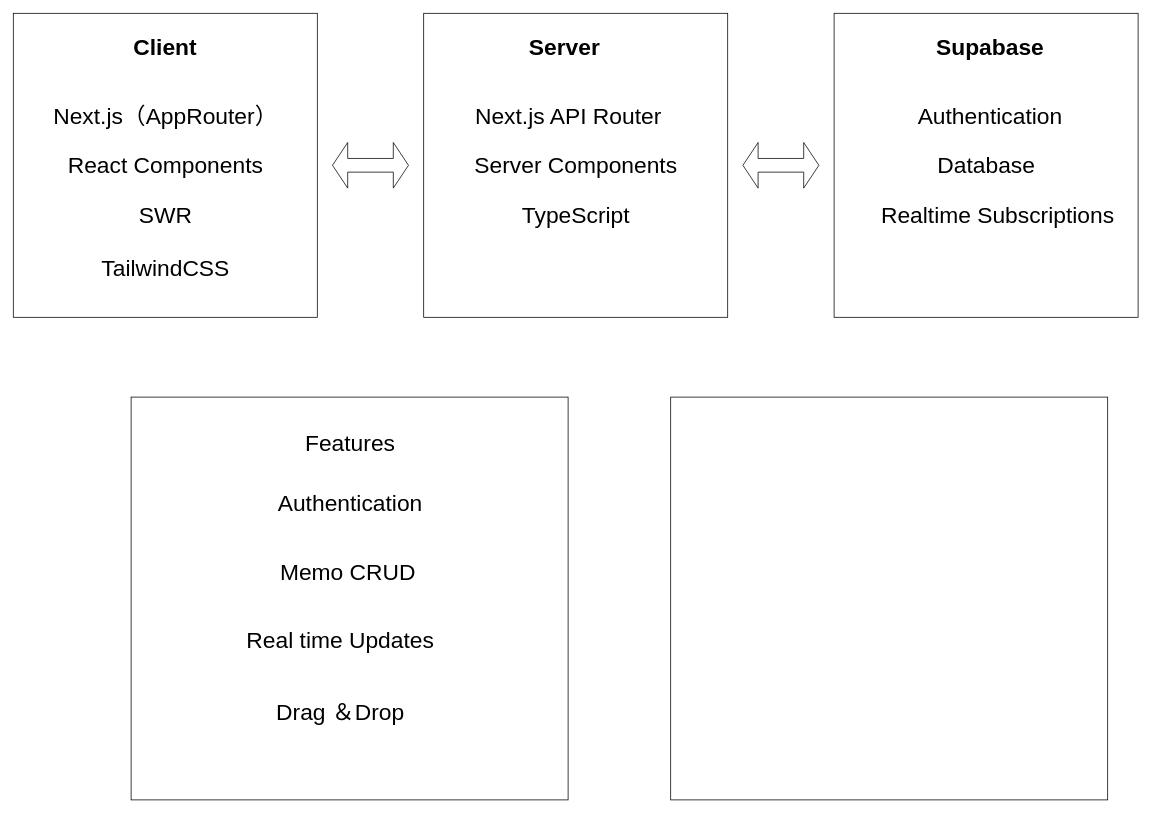
The draw.io diagram architecture.drawio in kei615ykhm/logic-loom-memo, before the edit. Source tidied: cells renumbered, new cells numbered last; positions are measured from the earlier drawing's top-left corner, leaving out a move shared by most shapes. Both pictures are drawn from the tidied source at 76%, with x=0, y=0 at pixel (13, 13).
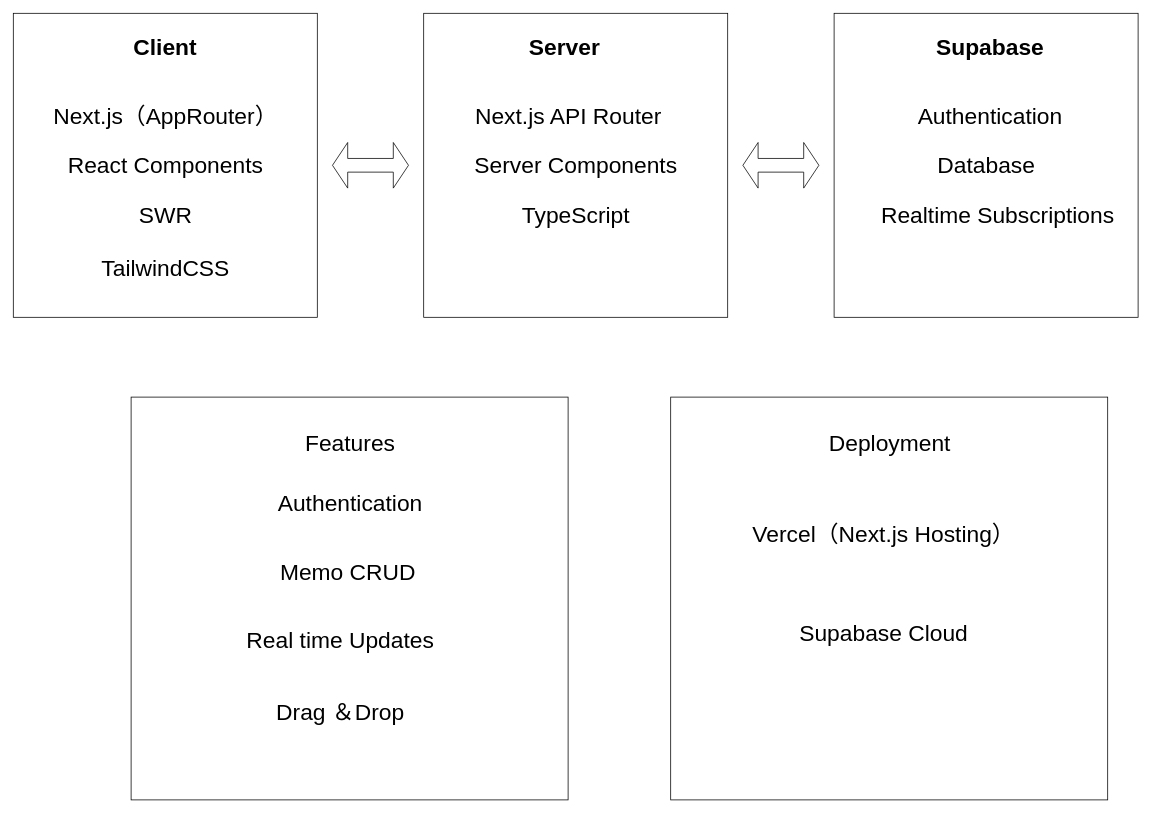
The same page after the edit.

Commit message:
add: Deploymentのアーキテクチャを作成

What changed in the source:
```diff
@@
+    <mxCell id="27" value="Deployment" style="text;html=1;align=center;verticalAlign=middle;strokeColor=none;fillColor=none;fontSize=30;" parent="1" vertex="1">
+      <mxGeometry x="1062.5" y="540" width="180" height="50" as="geometry" />
+    </mxCell>
+    <mxCell id="28" value="Vercel（Next.js Hosting）" style="text;html=1;align=center;verticalAlign=middle;strokeColor=none;fillColor=none;fontSize=30;" parent="1" vertex="1">
+      <mxGeometry x="960" y="660" width="370" height="50" as="geometry" />
+    </mxCell>
+    <mxCell id="29" value="Supabase Cloud" style="text;html=1;align=center;verticalAlign=middle;strokeColor=none;fillColor=none;fontSize=30;" parent="1" vertex="1">
+      <mxGeometry x="1020" y="790" width="250" height="50" as="geometry" />
+    </mxCell>
```
